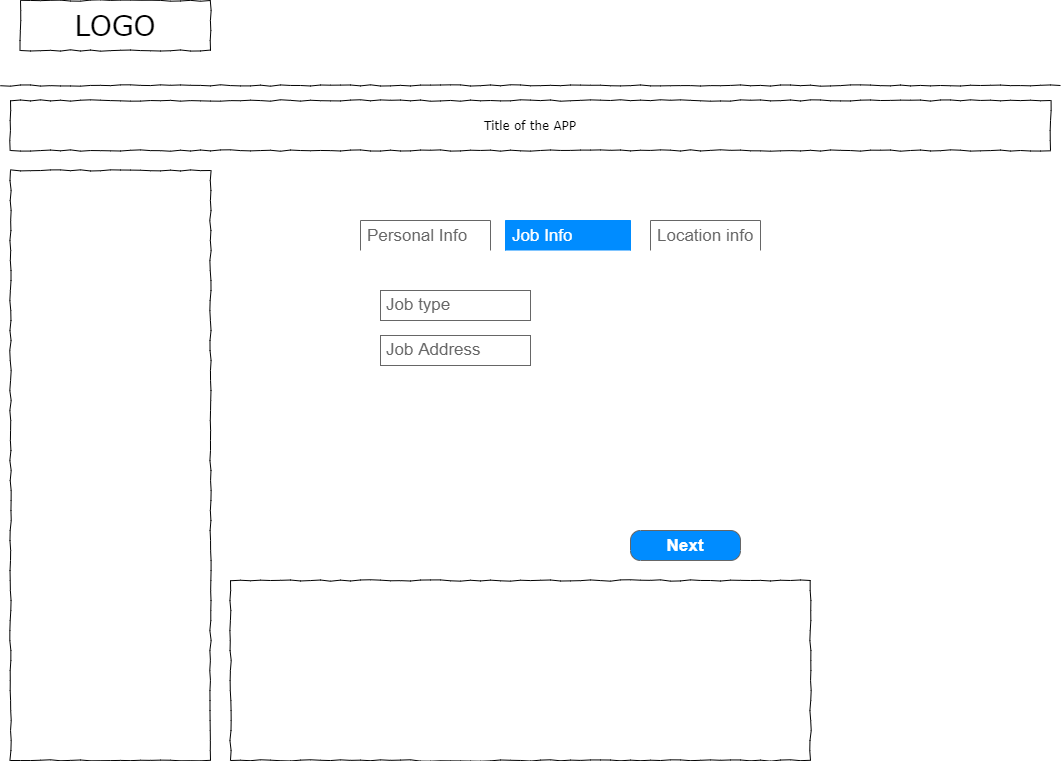
Before: resources/wireframes/userRequestor/picture/UserRequestorForm2.png, a diagram exported from draw.io (incepter/Tayssir). Source tidied: cells renumbered, new cells last; positions are measured from the earlier drawing's top-left corner, leaving out a move shared by most shapes.
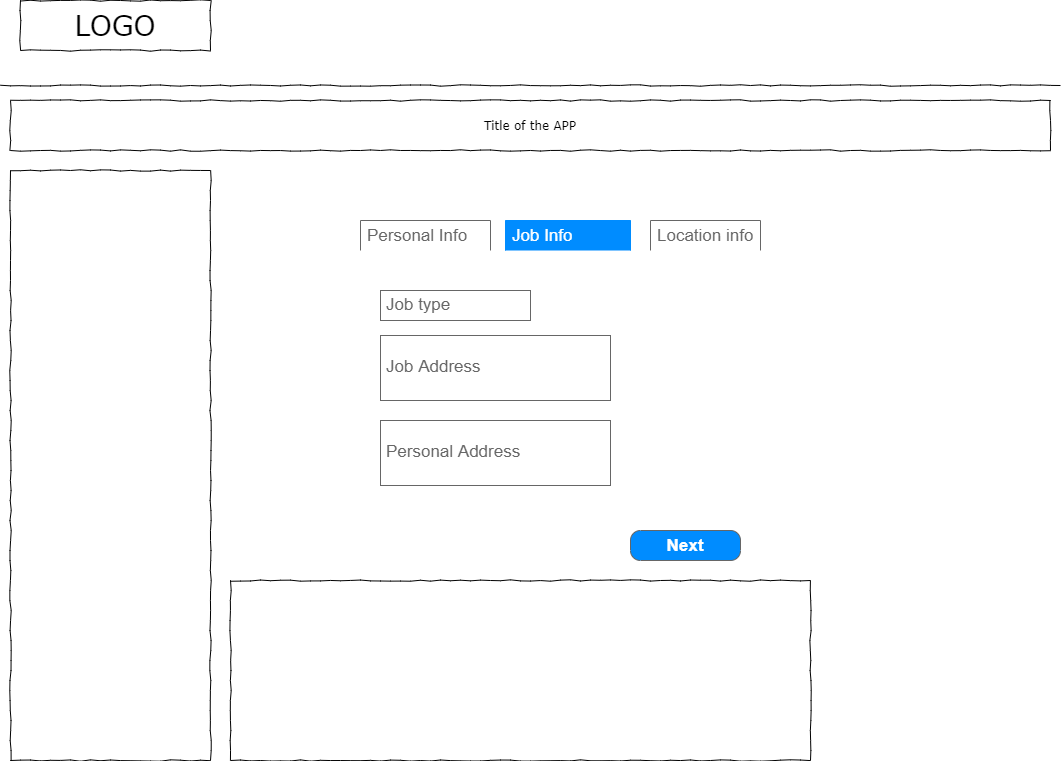
After the change.

Commit message:
[YMI][Tayssir] : UI Prototype #3 -wireframe for use cases of each of the userRequestor, m9addem and Caid

Change to the diagram source:
```diff
@@ -30,10 +30,13 @@
       <mxGeometry x="380" y="290" width="150" height="30" as="geometry" />
     </mxCell>
     <mxCell id="11" value="Job Address" style="strokeWidth=1;shadow=0;dashed=0;align=center;html=1;shape=mxgraph.mockup.text.textBox;fontColor=#666666;align=left;fontSize=17;spacingLeft=4;spacingTop=-3;strokeColor=#666666;mainText=;" parent="1" vertex="1">
-      <mxGeometry x="380" y="335" width="150" height="30" as="geometry" />
+      <mxGeometry x="380" y="335" width="230" height="65" as="geometry" />
     </mxCell>
     <mxCell id="12" value="Next" style="strokeWidth=1;shadow=0;dashed=0;align=center;html=1;shape=mxgraph.mockup.buttons.button;strokeColor=#666666;fontColor=#ffffff;mainText=;buttonStyle=round;fontSize=17;fontStyle=1;fillColor=#008cff;whiteSpace=wrap;" parent="1" vertex="1">
       <mxGeometry x="630" y="530" width="110" height="30" as="geometry" />
     </mxCell>
+    <mxCell id="13" value="Personal Address" style="strokeWidth=1;shadow=0;dashed=0;align=center;html=1;shape=mxgraph.mockup.text.textBox;fontColor=#666666;align=left;fontSize=17;spacingLeft=4;spacingTop=-3;strokeColor=#666666;mainText=;" parent="1" vertex="1">
+      <mxGeometry x="380" y="420" width="230" height="65" as="geometry" />
+    </mxCell>
   </root>
 </mxGraphModel>
```
